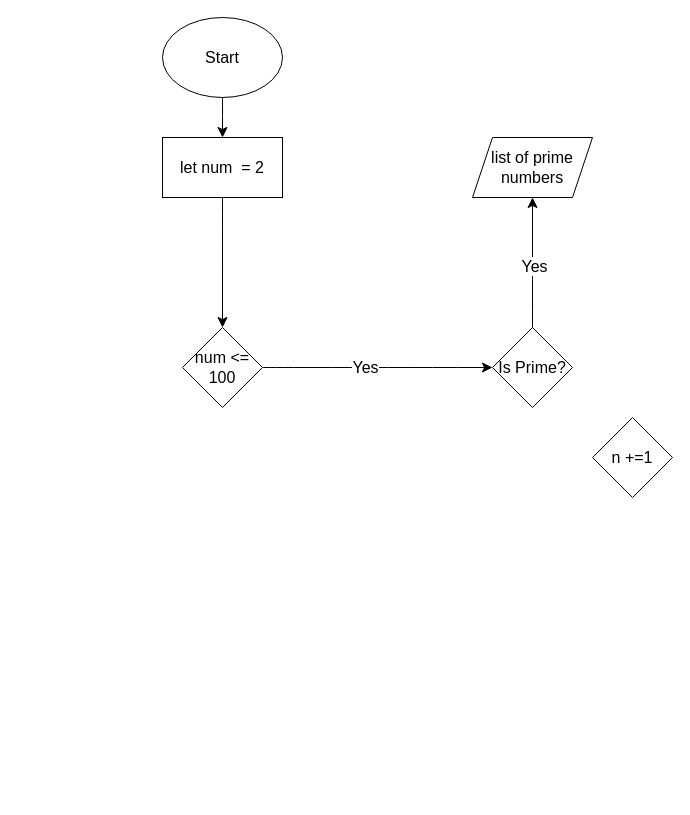
The draw.io diagram page "Page-1" (1 of 2) of q14.drawio in reecewdoyle/T1A1, before the edit. Source tidied: cells renumbered, new cells numbered last; positions are measured from the earlier drawing's top-left corner, leaving out a move shared by most shapes. Both pictures are drawn from the tidied source at 100%, with x=0, y=0 at pixel (162, 17).
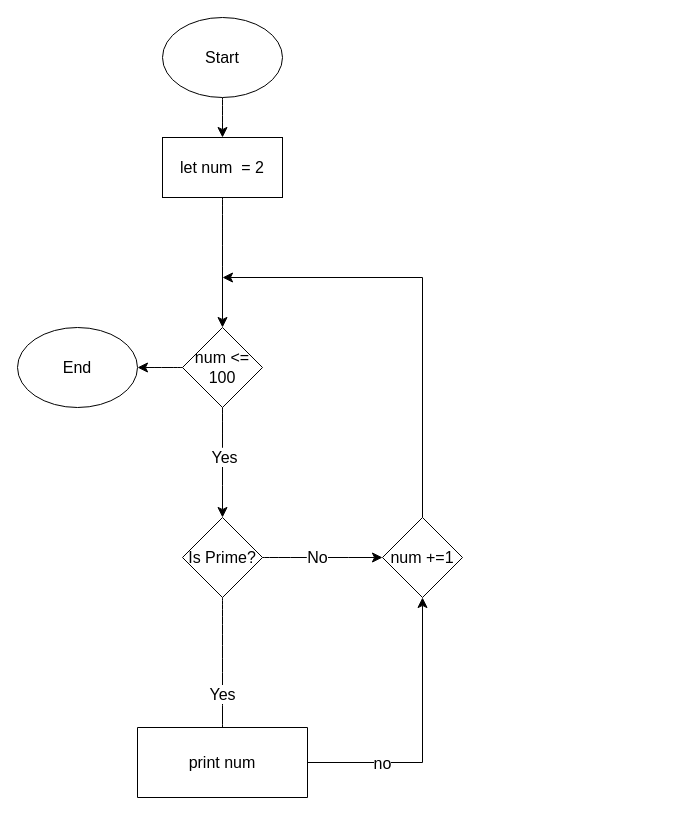
After the change.

The change refers to these unchanged cells:
```xml
<mxCell id="7" value="num &amp;lt;= 100" style="rhombus;whiteSpace=wrap;html=1;fontSize=16;" parent="1" vertex="1">
  <mxGeometry x="20" y="310" width="80" height="80" as="geometry" />
</mxCell>
```

The edit, as a diff of the source:
```diff
@@
+    <mxCell id="14" style="edgeStyle=none;curved=1;rounded=0;jettySize=auto;html=1;fontSize=12;startSize=8;endSize=8;" parent="1" edge="1" source="7" target="17">
+      <mxGeometry relative="1" as="geometry" />
+    </mxCell>
@@
+    <mxCell id="15" style="edgeStyle=none;curved=1;rounded=0;jettySize=auto;html=1;fontSize=12;startSize=8;endSize=8;" parent="1" edge="1" source="10" target="12">
+      <mxGeometry relative="1" as="geometry" />
+    </mxCell>
+    <mxCell id="16" value="No&lt;br&gt;" style="edgeLabel;html=1;align=center;verticalAlign=middle;fontSize=16;" parent="15" vertex="1">
+      <mxGeometry x="-0.1" y="1" relative="1" as="geometry" />
+    </mxCell>
     <mxCell id="10" value="Is Prime?" style="rhombus;whiteSpace=wrap;html=1;fontSize=16;" parent="1" vertex="1">
-      <mxGeometry x="330" y="310" width="80" height="80" as="geometry" />
+      <mxGeometry x="20" y="500" width="80" height="80" as="geometry" />
     </mxCell>
@@
-    <mxCell id="12" value="n +=1" style="rhombus;whiteSpace=wrap;html=1;fontSize=16;" parent="1" vertex="1">
-      <mxGeometry x="430" y="400" width="80" height="80" as="geometry" />
+    <mxCell id="12" value="num +=1" style="rhombus;whiteSpace=wrap;html=1;fontSize=16;" parent="1" vertex="1">
+      <mxGeometry x="220" y="500" width="80" height="80" as="geometry" />
     </mxCell>
-    <mxCell id="13" value="list of prime numbers&lt;br&gt;" style="shape=parallelogram;perimeter=parallelogramPerimeter;whiteSpace=wrap;html=1;fixedSize=1;fontSize=16;" parent="1" vertex="1">
-      <mxGeometry x="310" y="120" width="120" height="60" as="geometry" />
+    <mxCell id="13" value="print num" style="shape=parallelogram;perimeter=parallelogramPerimeter;whiteSpace=wrap;html=1;fixedSize=1;fontSize=16;size=-10;" parent="1" vertex="1">
+      <mxGeometry x="-25" y="710" width="170" height="70" as="geometry" />
     </mxCell>
+    <mxCell id="17" value="End" style="ellipse;whiteSpace=wrap;html=1;fontSize=16;" parent="1" vertex="1">
+      <mxGeometry x="-145" y="310" width="120" height="80" as="geometry" />
+    </mxCell>
+    <mxCell id="18" style="endArrow=classic;html=1;rounded=0;fontSize=12;startSize=8;endSize=8;exitX=1;exitY=0.5;exitDx=0;exitDy=0;entryX=0.5;entryY=1;entryDx=0;entryDy=0;" parent="1" edge="1" source="13" target="12">
+      <mxGeometry relative="1" as="geometry">
+        <Array as="points">
+          <mxPoint x="260" y="745" />
+        </Array>
+      </mxGeometry>
+    </mxCell>
+    <mxCell id="19" value="no" style="edgeLabel;html=1;align=center;verticalAlign=middle;fontSize=16;" parent="18" vertex="1">
+      <mxGeometry x="-0.47" relative="1" as="geometry" />
+    </mxCell>
+    <mxCell id="20" style="endArrow=classic;html=1;rounded=0;fontSize=12;startSize=8;endSize=8;exitX=0.5;exitY=0;exitDx=0;exitDy=0;" parent="1" edge="1" source="12">
+      <mxGeometry relative="1" as="geometry">
+        <mxPoint x="60" y="260" as="targetPoint" />
+        <Array as="points">
+          <mxPoint x="260" y="260" />
+        </Array>
+      </mxGeometry>
+    </mxCell>
```
